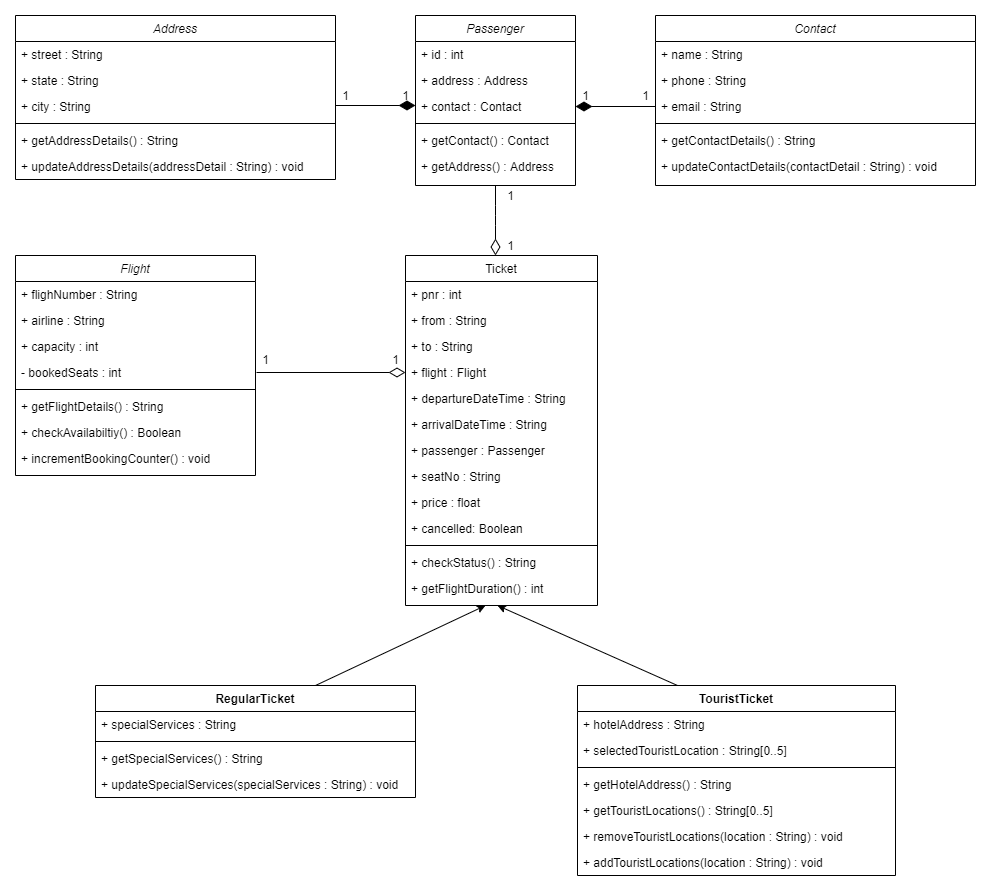
Before: FlightReservationSystem.png, a diagram exported from draw.io (AjaySinghPanwar/fsd-ooadp-frs). Source tidied: cells renumbered, new cells last; positions are measured from the earlier drawing's top-left corner, leaving out a move shared by most shapes.
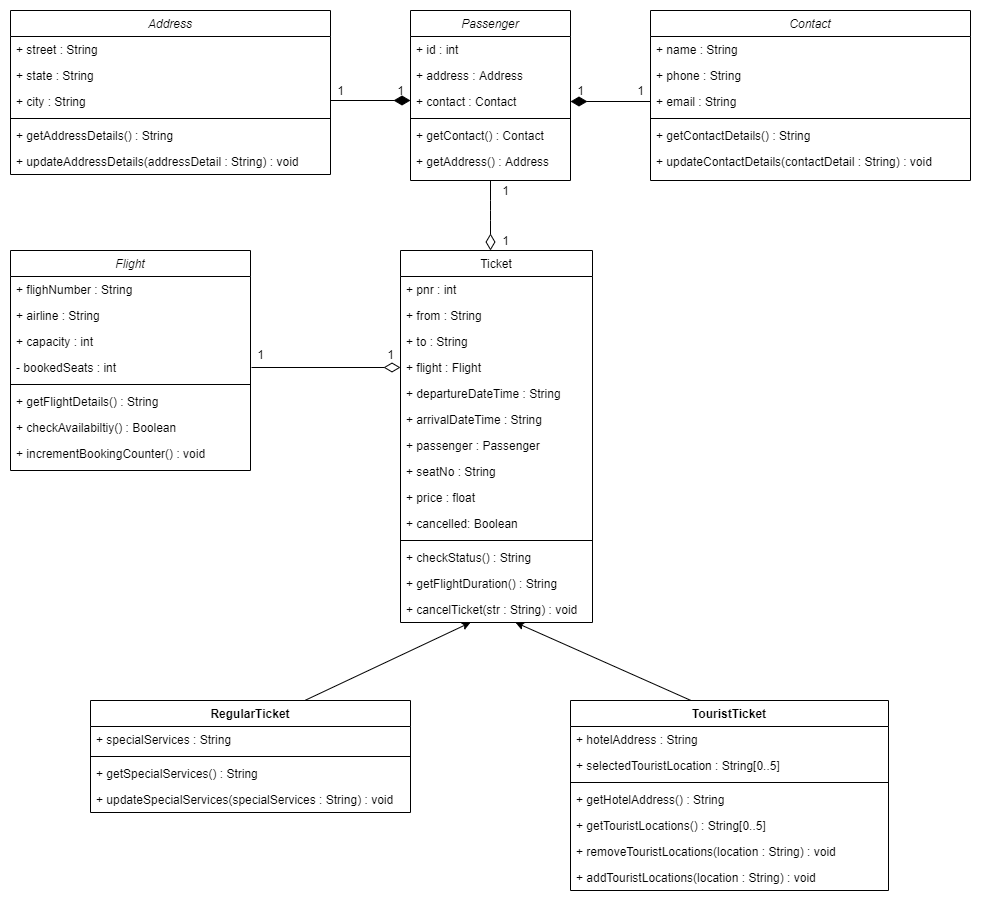
Above is the later version.

Change to the diagram source:
```diff
@@ -24,7 +24,7 @@
       <mxGeometry y="138" width="320" height="26" as="geometry" />
     </mxCell>
     <mxCell id="9" value="Ticket" style="swimlane;fontStyle=0;align=center;verticalAlign=top;horizontal=1;startSize=26;rounded=0;shadow=0;strokeWidth=1;" parent="1" vertex="1">
-      <mxGeometry x="390" y="240" width="192" height="350" as="geometry" />
+      <mxGeometry x="390" y="240" width="192" height="372" as="geometry" />
     </mxCell>
     <mxCell id="10" value="+ pnr : int" style="text;align=left;verticalAlign=top;spacingLeft=4;spacingRight=4;overflow=hidden;" parent="9" vertex="1">
       <mxGeometry y="26" width="192" height="26" as="geometry" />
@@ -62,23 +62,26 @@
     <mxCell id="21" value="+ checkStatus() : String" style="text;align=left;verticalAlign=top;spacingLeft=4;spacingRight=4;overflow=hidden;" parent="9" vertex="1">
       <mxGeometry y="294" width="192" height="26" as="geometry" />
     </mxCell>
-    <mxCell id="22" value="+ getFlightDuration() : int" style="text;align=left;verticalAlign=top;spacingLeft=4;spacingRight=4;overflow=hidden;" parent="9" vertex="1">
+    <mxCell id="22" value="+ getFlightDuration() : String" style="text;align=left;verticalAlign=top;spacingLeft=4;spacingRight=4;overflow=hidden;" parent="9" vertex="1">
       <mxGeometry y="320" width="192" height="26" as="geometry" />
     </mxCell>
+    <mxCell id="73" value="+ cancelTicket(str : String) : void" style="text;align=left;verticalAlign=top;spacingLeft=4;spacingRight=4;overflow=hidden;" parent="9" vertex="1">
+      <mxGeometry y="346" width="192" height="26" as="geometry" />
+    </mxCell>
     <mxCell id="23" style="endArrow=classic;html=1;exitX=0.5;exitY=0;exitDx=0;exitDy=0;" parent="1" edge="1">
       <mxGeometry relative="1" as="geometry">
-        <mxPoint x="300" y="670" as="sourcePoint" />
-        <mxPoint x="470" y="590" as="targetPoint" />
+        <mxPoint x="290" y="692" as="sourcePoint" />
+        <mxPoint x="460" y="612" as="targetPoint" />
       </mxGeometry>
     </mxCell>
     <mxCell id="24" style="endArrow=classic;html=1;exitX=0.5;exitY=0;exitDx=0;exitDy=0;" parent="1" edge="1">
       <mxGeometry relative="1" as="geometry">
-        <mxPoint x="662" y="670" as="sourcePoint" />
-        <mxPoint x="482" y="590" as="targetPoint" />
+        <mxPoint x="685" y="692" as="sourcePoint" />
+        <mxPoint x="505" y="612" as="targetPoint" />
       </mxGeometry>
     </mxCell>
     <mxCell id="25" value="TouristTicket" style="swimlane;fontStyle=1;align=center;verticalAlign=top;horizontal=1;startSize=26;" parent="1" vertex="1">
-      <mxGeometry x="562" y="670" width="318" height="190" as="geometry" />
+      <mxGeometry x="560" y="690" width="318" height="190" as="geometry" />
     </mxCell>
     <mxCell id="26" value="+ hotelAddress : String" style="text;strokeColor=none;fillColor=none;align=left;verticalAlign=top;spacingLeft=4;spacingRight=4;overflow=hidden;" parent="25" vertex="1">
       <mxGeometry y="26" width="318" height="26" as="geometry" />
@@ -102,7 +105,7 @@
       <mxGeometry y="164" width="318" height="26" as="geometry" />
     </mxCell>
     <mxCell id="33" value="RegularTicket" style="swimlane;fontStyle=1;align=center;verticalAlign=top;horizontal=1;startSize=26;" parent="1" vertex="1">
-      <mxGeometry x="80" y="670" width="320" height="112" as="geometry" />
+      <mxGeometry x="80" y="690" width="320" height="112" as="geometry" />
     </mxCell>
     <mxCell id="34" value="+ specialServices : String" style="text;strokeColor=none;fillColor=none;align=left;verticalAlign=top;spacingLeft=4;spacingRight=4;overflow=hidden;" parent="33" vertex="1">
       <mxGeometry y="26" width="320" height="26" as="geometry" />
```
